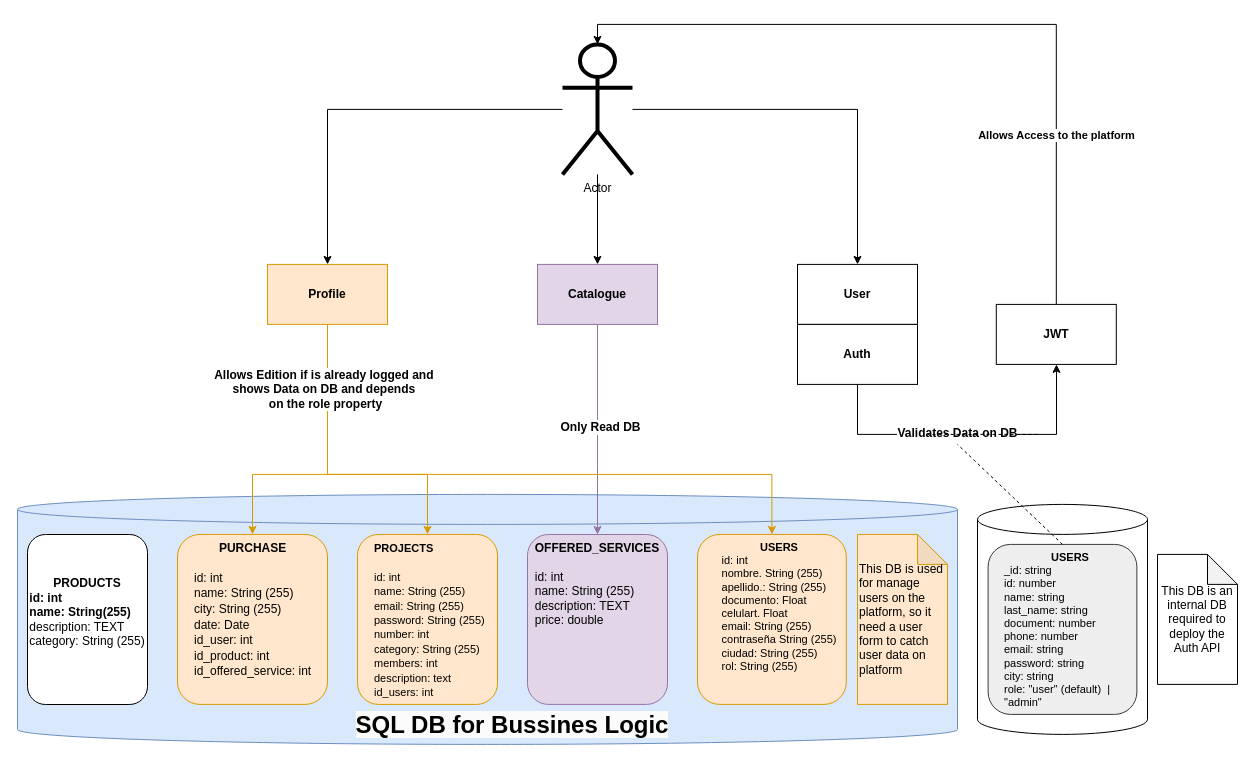
The draw.io diagram Diagrama sin título.drawio in samuelquisol/Future-Projection, before the edit. Source tidied: cells renumbered, new cells numbered last; positions are measured from the earlier drawing's top-left corner, leaving out a move shared by most shapes. Both pictures are drawn from the tidied source at 100%, with x=0, y=0 at pixel (17, 24).
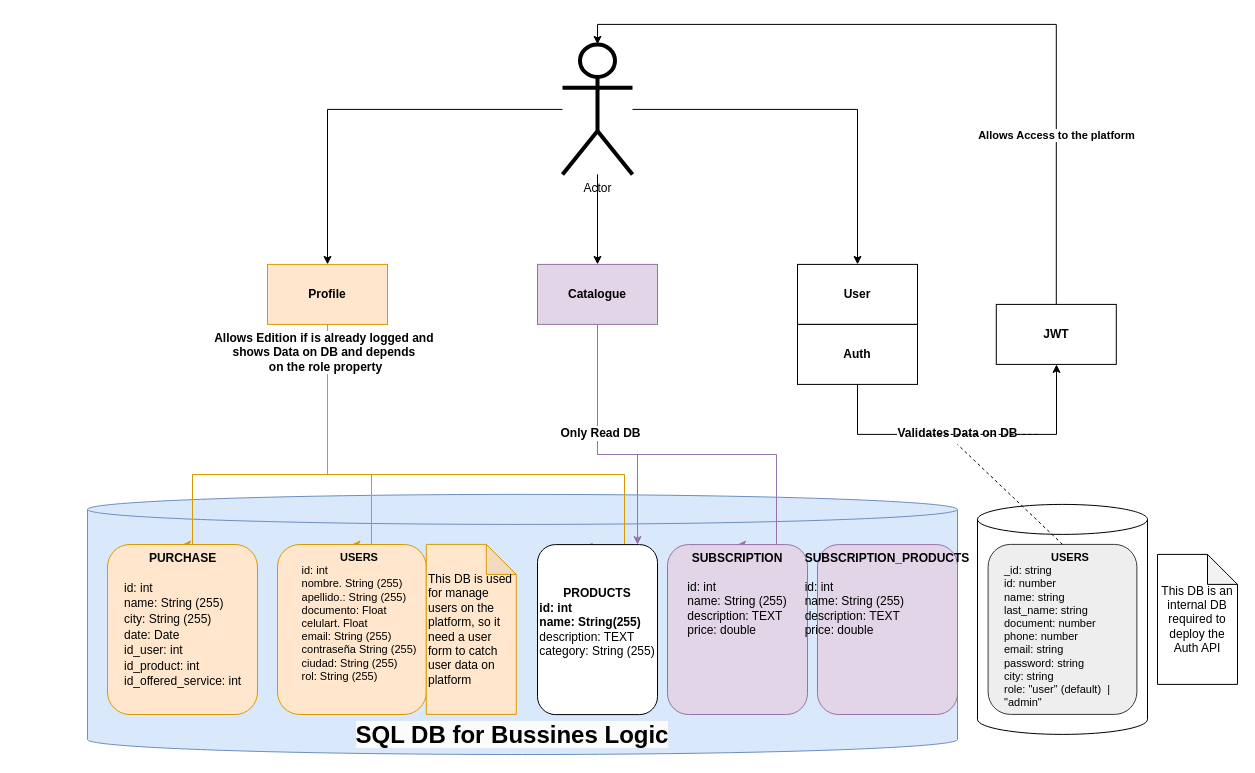
Above is the later version.

Commit message:
Diagrama de Arquitectura

The change refers to these unchanged cells:
```xml
<mxCell id="8" value="&lt;b&gt;Catalogue&lt;/b&gt;" style="rounded=0;whiteSpace=wrap;html=1;fillColor=#e1d5e7;strokeColor=#9673a6;" parent="1" vertex="1">
  <mxGeometry x="520" y="239.9" width="120" height="60" as="geometry" />
</mxCell>
<mxCell id="11" value="&lt;b&gt;Profile&lt;/b&gt;" style="whiteSpace=wrap;html=1;fillColor=#ffe6cc;strokeColor=#d79b00;" parent="1" vertex="1">
  <mxGeometry x="250" y="239.9" width="120" height="60" as="geometry" />
</mxCell>
```

The edit, as a diff of the source:
```diff
@@
     <mxCell id="4" style="shape=cylinder3;whiteSpace=wrap;html=1;boundedLbl=1;backgroundOutline=1;size=15;labelBorderColor=#99CCFF;fillColor=#dae8fc;strokeColor=#6c8ebf;" parent="1" vertex="1">
-      <mxGeometry y="469.9" width="940" height="250" as="geometry" />
+      <mxGeometry x="70" y="469.9" width="870" height="260.1" as="geometry" />
     </mxCell>
     <mxCell id="5" value="&lt;b style=&quot;forced-color-adjust: none; color: rgb(0, 0, 0); font-family: Helvetica; font-size: 24px; font-style: normal; font-variant-ligatures: normal; font-variant-caps: normal; letter-spacing: normal; orphans: 2; text-indent: 0px; text-transform: none; widows: 2; word-spacing: 0px; -webkit-text-stroke-width: 0px; white-space: normal; background-color: rgb(251, 251, 251); text-decoration-thickness: initial; text-decoration-style: initial; text-decoration-color: initial;&quot;&gt;SQL DB for Bussines Logic&lt;/b&gt;" style="text;whiteSpace=wrap;html=1;strokeWidth=7;fontSize=24;align=center;" parent="1" vertex="1">
-      <mxGeometry x="330" y="679.9" width="330" height="40" as="geometry" />
+      <mxGeometry x="330" y="690" width="330" height="40" as="geometry" />
     </mxCell>
-    <mxCell id="6" style="edgeStyle=orthogonalEdgeStyle;rounded=0;jettySize=auto;html=1;fillColor=#e1d5e7;strokeColor=#9673a6;" parent="1" edge="1" source="8" target="14">
+    <mxCell id="6" style="edgeStyle=orthogonalEdgeStyle;rounded=0;jettySize=auto;html=1;fillColor=#e1d5e7;strokeColor=#9673a6;entryX=0.5;entryY=0;entryDx=0;entryDy=0;" parent="1" edge="1" source="8" target="14">
       <mxGeometry relative="1" as="geometry">
         <Array as="points">
-          <mxPoint x="580" y="439.9" />
-          <mxPoint x="580" y="439.9" />
+          <mxPoint x="580" y="430" />
+          <mxPoint x="759" y="430" />
         </Array>
       </mxGeometry>
     </mxCell>
-    <mxCell id="7" value="&lt;b&gt;Only Read DB&lt;/b&gt;" style="edgeLabel;html=1;align=center;verticalAlign=middle;fontSize=12;" parent="6" vertex="1">
-      <mxGeometry x="-0.02" y="2" relative="1" as="geometry" />
-    </mxCell>
@@
-    <mxCell id="9" style="edgeStyle=orthogonalEdgeStyle;rounded=0;jettySize=auto;html=1;entryX=0.5;entryY=0;entryDx=0;entryDy=0;fillColor=#ffe6cc;strokeColor=#d79b00;" parent="1" edge="1" source="11" target="13">
+    <mxCell id="9" style="edgeStyle=orthogonalEdgeStyle;rounded=0;jettySize=auto;html=1;entryX=0.39;entryY=0.012;entryDx=0;entryDy=0;fillColor=#ffe6cc;strokeColor=#d79b00;entryPerimeter=0;" parent="1" edge="1" source="11" target="33">
       <mxGeometry relative="1" as="geometry">
         <Array as="points">
-          <mxPoint x="310" y="449.9" />
-          <mxPoint x="235" y="449.9" />
+          <mxPoint x="310" y="450" />
+          <mxPoint x="607" y="450" />
         </Array>
       </mxGeometry>
     </mxCell>
-    <mxCell id="10" style="edgeStyle=orthogonalEdgeStyle;rounded=0;jettySize=auto;html=1;entryX=0.5;entryY=0;entryDx=0;entryDy=0;fillColor=#ffe6cc;strokeColor=#d79b00;" parent="1" edge="1" source="11" target="12">
+    <mxCell id="10" style="edgeStyle=orthogonalEdgeStyle;rounded=0;jettySize=auto;html=1;entryX=0.5;entryY=0;entryDx=0;entryDy=0;fillColor=#ffe6cc;strokeColor=#d79b00;" parent="1" edge="1" source="11" target="13">
       <mxGeometry relative="1" as="geometry">
         <Array as="points">
-          <mxPoint x="310" y="449.9" />
-          <mxPoint x="410" y="449.9" />
+          <mxPoint x="310" y="450" />
+          <mxPoint x="175" y="450" />
         </Array>
       </mxGeometry>
     </mxCell>
@@
-    <mxCell id="12" value="&lt;div style=&quot;&quot;&gt;&lt;div&gt;&lt;span style=&quot;font-size: 11px;&quot;&gt;&lt;b&gt;PROJECTS&lt;/b&gt;&lt;/span&gt;&lt;/div&gt;&lt;div&gt;&lt;span style=&quot;font-size: 11px;&quot;&gt;&lt;b&gt;&lt;br&gt;&lt;/b&gt;&lt;/span&gt;&lt;/div&gt;&lt;div&gt;&lt;span style=&quot;font-size: 11px;&quot;&gt;id: int&lt;/span&gt;&lt;/div&gt;&lt;div&gt;&lt;span style=&quot;font-size: 11px;&quot;&gt;name: String (255)&lt;/span&gt;&lt;/div&gt;&lt;div&gt;&lt;span style=&quot;font-size: 11px;&quot;&gt;email: String (255)&lt;/span&gt;&lt;/div&gt;&lt;div&gt;&lt;span style=&quot;font-size: 11px;&quot;&gt;password: String (255)&lt;/span&gt;&lt;/div&gt;&lt;div&gt;&lt;span style=&quot;font-size: 11px;&quot;&gt;number: int&lt;/span&gt;&lt;/div&gt;&lt;div&gt;&lt;span style=&quot;font-size: 11px;&quot;&gt;category: String (255)&lt;/span&gt;&lt;/div&gt;&lt;div&gt;&lt;span style=&quot;font-size: 11px;&quot;&gt;members: int&lt;/span&gt;&lt;/div&gt;&lt;div&gt;&lt;span style=&quot;font-size: 11px;&quot;&gt;description: text&lt;/span&gt;&lt;/div&gt;&lt;div&gt;&lt;span style=&quot;font-size: 11px;&quot;&gt;id_users: int&lt;/span&gt;&lt;/div&gt;&lt;/div&gt;" style="rounded=1;whiteSpace=wrap;html=1;align=left;verticalAlign=top;spacingTop=0;spacingLeft=15;fillColor=#ffe6cc;strokeColor=#d79b00;" parent="1" vertex="1">
-      <mxGeometry x="340" y="509.9" width="140" height="170" as="geometry" />
-    </mxCell>
     <mxCell id="13" value="&lt;div style=&quot;text-align: center; font-size: 12px;&quot;&gt;&lt;font style=&quot;font-size: 12px;&quot; color=&quot;#040404&quot;&gt;&lt;b style=&quot;&quot;&gt;PURCHASE&lt;/b&gt;&lt;/font&gt;&lt;/div&gt;&lt;div style=&quot;text-align: center; font-size: 12px;&quot;&gt;&lt;font style=&quot;font-size: 12px;&quot; color=&quot;#040404&quot;&gt;&lt;b style=&quot;&quot;&gt;&lt;br&gt;&lt;/b&gt;&lt;/font&gt;&lt;/div&gt;&lt;span data-lucid-content=&quot;{&amp;quot;t&amp;quot;:&amp;quot;COMPRA\nid: int\nnombre: String(255)\nciudad: String (255)\nid_cliente: int\nid_producto: int\n&amp;quot;,&amp;quot;m&amp;quot;:[{&amp;quot;s&amp;quot;:0,&amp;quot;n&amp;quot;:&amp;quot;s&amp;quot;,&amp;quot;v&amp;quot;:22.44444444444444,&amp;quot;e&amp;quot;:7},{&amp;quot;s&amp;quot;:0,&amp;quot;n&amp;quot;:&amp;quot;c&amp;quot;,&amp;quot;v&amp;quot;:&amp;quot;#040404ff&amp;quot;,&amp;quot;e&amp;quot;:89},{&amp;quot;s&amp;quot;:7,&amp;quot;n&amp;quot;:&amp;quot;s&amp;quot;,&amp;quot;v&amp;quot;:17.999999999999993,&amp;quot;e&amp;quot;:89},{&amp;quot;s&amp;quot;:7,&amp;quot;n&amp;quot;:&amp;quot;a&amp;quot;,&amp;quot;v&amp;quot;:&amp;quot;left&amp;quot;},{&amp;quot;s&amp;quot;:15,&amp;quot;n&amp;quot;:&amp;quot;fsp&amp;quot;,&amp;quot;v&amp;quot;:&amp;quot;ss_presetShapeStyle5_textStyle&amp;quot;,&amp;quot;e&amp;quot;:89},{&amp;quot;s&amp;quot;:15,&amp;quot;n&amp;quot;:&amp;quot;fsp2&amp;quot;,&amp;quot;v&amp;quot;:&amp;quot;ss_presetShapeStyle5_textStyle&amp;quot;,&amp;quot;e&amp;quot;:89},{&amp;quot;s&amp;quot;:15,&amp;quot;n&amp;quot;:&amp;quot;a&amp;quot;,&amp;quot;v&amp;quot;:&amp;quot;left&amp;quot;},{&amp;quot;s&amp;quot;:35,&amp;quot;n&amp;quot;:&amp;quot;a&amp;quot;,&amp;quot;v&amp;quot;:&amp;quot;left&amp;quot;},{&amp;quot;s&amp;quot;:56,&amp;quot;n&amp;quot;:&amp;quot;a&amp;quot;,&amp;quot;v&amp;quot;:&amp;quot;left&amp;quot;},{&amp;quot;s&amp;quot;:72,&amp;quot;n&amp;quot;:&amp;quot;a&amp;quot;,&amp;quot;v&amp;quot;:&amp;quot;left&amp;quot;}]}&quot; style=&quot;&quot;&gt;&lt;font style=&quot;&quot;&gt;&lt;div style=&quot;&quot;&gt;&lt;font color=&quot;#040404&quot;&gt;&lt;span style=&quot;font-size: 12px;&quot;&gt;id: int&lt;/span&gt;&lt;/font&gt;&lt;/div&gt;&lt;div style=&quot;&quot;&gt;&lt;font color=&quot;#040404&quot;&gt;&lt;span style=&quot;font-size: 12px;&quot;&gt;name: String (255)&lt;/span&gt;&lt;/font&gt;&lt;/div&gt;&lt;div style=&quot;&quot;&gt;&lt;font color=&quot;#040404&quot;&gt;&lt;span style=&quot;font-size: 12px;&quot;&gt;city: String (255)&lt;/span&gt;&lt;/font&gt;&lt;/div&gt;&lt;div style=&quot;&quot;&gt;&lt;font color=&quot;#040404&quot;&gt;&lt;span style=&quot;font-size: 12px;&quot;&gt;date: Date&lt;/span&gt;&lt;/font&gt;&lt;/div&gt;&lt;div style=&quot;&quot;&gt;&lt;font color=&quot;#040404&quot;&gt;&lt;span style=&quot;font-size: 12px;&quot;&gt;id_user: int&lt;/span&gt;&lt;/font&gt;&lt;/div&gt;&lt;div style=&quot;&quot;&gt;&lt;font color=&quot;#040404&quot;&gt;&lt;span style=&quot;font-size: 12px;&quot;&gt;id_product: int&lt;/span&gt;&lt;/font&gt;&lt;/div&gt;&lt;div style=&quot;&quot;&gt;&lt;font color=&quot;#040404&quot;&gt;&lt;span style=&quot;font-size: 12px;&quot;&gt;id_offered_service: int&lt;/span&gt;&lt;/font&gt;&lt;/div&gt;&lt;/font&gt;&lt;/span&gt;" style="rounded=1;whiteSpace=wrap;html=1;align=left;spacingLeft=15;fontSize=13;verticalAlign=top;fillColor=#ffe6cc;strokeColor=#d79b00;" parent="1" vertex="1">
-      <mxGeometry x="160" y="509.9" width="150" height="170" as="geometry" />
+      <mxGeometry x="90" y="520" width="150" height="170" as="geometry" />
     </mxCell>
-    <mxCell id="14" value="&lt;span data-lucid-content=&quot;{&amp;quot;t&amp;quot;:&amp;quot;PRODUCTO\n\n-id: int\n-nombre: String (255)\n-descripcion: TEXT\n-precio: double&amp;quot;,&amp;quot;m&amp;quot;:[{&amp;quot;s&amp;quot;:0,&amp;quot;n&amp;quot;:&amp;quot;a&amp;quot;,&amp;quot;v&amp;quot;:&amp;quot;center&amp;quot;},{&amp;quot;s&amp;quot;:0,&amp;quot;n&amp;quot;:&amp;quot;fsp&amp;quot;,&amp;quot;v&amp;quot;:&amp;quot;ss_presetShapeStyle1_textStyle&amp;quot;,&amp;quot;e&amp;quot;:40},{&amp;quot;s&amp;quot;:0,&amp;quot;n&amp;quot;:&amp;quot;fsp2&amp;quot;,&amp;quot;v&amp;quot;:&amp;quot;ss_presetShapeStyle1_textStyle&amp;quot;,&amp;quot;e&amp;quot;:40},{&amp;quot;s&amp;quot;:9,&amp;quot;n&amp;quot;:&amp;quot;a&amp;quot;,&amp;quot;v&amp;quot;:&amp;quot;left&amp;quot;},{&amp;quot;s&amp;quot;:10,&amp;quot;n&amp;quot;:&amp;quot;a&amp;quot;,&amp;quot;v&amp;quot;:&amp;quot;left&amp;quot;},{&amp;quot;s&amp;quot;:19,&amp;quot;n&amp;quot;:&amp;quot;a&amp;quot;,&amp;quot;v&amp;quot;:&amp;quot;left&amp;quot;},{&amp;quot;s&amp;quot;:40,&amp;quot;n&amp;quot;:&amp;quot;c&amp;quot;,&amp;quot;v&amp;quot;:&amp;quot;#282c33ff&amp;quot;,&amp;quot;e&amp;quot;:42},{&amp;quot;s&amp;quot;:40,&amp;quot;n&amp;quot;:&amp;quot;fsp&amp;quot;,&amp;quot;v&amp;quot;:&amp;quot;ss_presetShapeStyle4_textStyle&amp;quot;,&amp;quot;e&amp;quot;:42},{&amp;quot;s&amp;quot;:40,&amp;quot;n&amp;quot;:&amp;quot;fsp2&amp;quot;,&amp;quot;v&amp;quot;:&amp;quot;ss_presetShapeStyle4_textStyle&amp;quot;,&amp;quot;e&amp;quot;:42},{&amp;quot;s&amp;quot;:41,&amp;quot;n&amp;quot;:&amp;quot;a&amp;quot;,&amp;quot;v&amp;quot;:&amp;quot;left&amp;quot;},{&amp;quot;s&amp;quot;:42,&amp;quot;n&amp;quot;:&amp;quot;c&amp;quot;,&amp;quot;v&amp;quot;:&amp;quot;#000000ff&amp;quot;,&amp;quot;e&amp;quot;:75},{&amp;quot;s&amp;quot;:42,&amp;quot;n&amp;quot;:&amp;quot;fsp&amp;quot;,&amp;quot;v&amp;quot;:&amp;quot;ss_presetShapeStyle5_textStyle&amp;quot;,&amp;quot;e&amp;quot;:75},{&amp;quot;s&amp;quot;:42,&amp;quot;n&amp;quot;:&amp;quot;fsp2&amp;quot;,&amp;quot;v&amp;quot;:&amp;quot;ss_presetShapeStyle5_textStyle&amp;quot;,&amp;quot;e&amp;quot;:75},{&amp;quot;s&amp;quot;:60,&amp;quot;n&amp;quot;:&amp;quot;a&amp;quot;,&amp;quot;v&amp;quot;:&amp;quot;left&amp;quot;}]}&quot;&gt;&lt;b&gt;OFFERED_SERVICES&lt;/b&gt;&lt;br&gt;&lt;br&gt;&lt;div style=&quot;text-align: left;&quot;&gt;&lt;div&gt;id: int&lt;/div&gt;&lt;div&gt;name: String (255)&lt;/div&gt;&lt;div&gt;description: TEXT&lt;/div&gt;&lt;div&gt;price: double&lt;/div&gt;&lt;/div&gt;&lt;/span&gt;" style="rounded=1;whiteSpace=wrap;html=1;verticalAlign=top;fillColor=#e1d5e7;strokeColor=#9673a6;" parent="1" vertex="1">
-      <mxGeometry x="510" y="510" width="140" height="169.9" as="geometry" />
+    <mxCell id="14" value="&lt;span data-lucid-content=&quot;{&amp;quot;t&amp;quot;:&amp;quot;PRODUCTO\n\n-id: int\n-nombre: String (255)\n-descripcion: TEXT\n-precio: double&amp;quot;,&amp;quot;m&amp;quot;:[{&amp;quot;s&amp;quot;:0,&amp;quot;n&amp;quot;:&amp;quot;a&amp;quot;,&amp;quot;v&amp;quot;:&amp;quot;center&amp;quot;},{&amp;quot;s&amp;quot;:0,&amp;quot;n&amp;quot;:&amp;quot;fsp&amp;quot;,&amp;quot;v&amp;quot;:&amp;quot;ss_presetShapeStyle1_textStyle&amp;quot;,&amp;quot;e&amp;quot;:40},{&amp;quot;s&amp;quot;:0,&amp;quot;n&amp;quot;:&amp;quot;fsp2&amp;quot;,&amp;quot;v&amp;quot;:&amp;quot;ss_presetShapeStyle1_textStyle&amp;quot;,&amp;quot;e&amp;quot;:40},{&amp;quot;s&amp;quot;:9,&amp;quot;n&amp;quot;:&amp;quot;a&amp;quot;,&amp;quot;v&amp;quot;:&amp;quot;left&amp;quot;},{&amp;quot;s&amp;quot;:10,&amp;quot;n&amp;quot;:&amp;quot;a&amp;quot;,&amp;quot;v&amp;quot;:&amp;quot;left&amp;quot;},{&amp;quot;s&amp;quot;:19,&amp;quot;n&amp;quot;:&amp;quot;a&amp;quot;,&amp;quot;v&amp;quot;:&amp;quot;left&amp;quot;},{&amp;quot;s&amp;quot;:40,&amp;quot;n&amp;quot;:&amp;quot;c&amp;quot;,&amp;quot;v&amp;quot;:&amp;quot;#282c33ff&amp;quot;,&amp;quot;e&amp;quot;:42},{&amp;quot;s&amp;quot;:40,&amp;quot;n&amp;quot;:&amp;quot;fsp&amp;quot;,&amp;quot;v&amp;quot;:&amp;quot;ss_presetShapeStyle4_textStyle&amp;quot;,&amp;quot;e&amp;quot;:42},{&amp;quot;s&amp;quot;:40,&amp;quot;n&amp;quot;:&amp;quot;fsp2&amp;quot;,&amp;quot;v&amp;quot;:&amp;quot;ss_presetShapeStyle4_textStyle&amp;quot;,&amp;quot;e&amp;quot;:42},{&amp;quot;s&amp;quot;:41,&amp;quot;n&amp;quot;:&amp;quot;a&amp;quot;,&amp;quot;v&amp;quot;:&amp;quot;left&amp;quot;},{&amp;quot;s&amp;quot;:42,&amp;quot;n&amp;quot;:&amp;quot;c&amp;quot;,&amp;quot;v&amp;quot;:&amp;quot;#000000ff&amp;quot;,&amp;quot;e&amp;quot;:75},{&amp;quot;s&amp;quot;:42,&amp;quot;n&amp;quot;:&amp;quot;fsp&amp;quot;,&amp;quot;v&amp;quot;:&amp;quot;ss_presetShapeStyle5_textStyle&amp;quot;,&amp;quot;e&amp;quot;:75},{&amp;quot;s&amp;quot;:42,&amp;quot;n&amp;quot;:&amp;quot;fsp2&amp;quot;,&amp;quot;v&amp;quot;:&amp;quot;ss_presetShapeStyle5_textStyle&amp;quot;,&amp;quot;e&amp;quot;:75},{&amp;quot;s&amp;quot;:60,&amp;quot;n&amp;quot;:&amp;quot;a&amp;quot;,&amp;quot;v&amp;quot;:&amp;quot;left&amp;quot;}]}&quot;&gt;&lt;b&gt;SUBSCRIPTION&lt;/b&gt;&lt;br&gt;&lt;br&gt;&lt;div style=&quot;text-align: left;&quot;&gt;&lt;div&gt;id: int&lt;/div&gt;&lt;div&gt;name: String (255)&lt;/div&gt;&lt;div&gt;description: TEXT&lt;/div&gt;&lt;div&gt;price: double&lt;/div&gt;&lt;/div&gt;&lt;/span&gt;" style="rounded=1;whiteSpace=wrap;html=1;verticalAlign=top;fillColor=#e1d5e7;strokeColor=#9673a6;" parent="1" vertex="1">
+      <mxGeometry x="650" y="520.1" width="140" height="169.9" as="geometry" />
     </mxCell>
@@
     <mxCell id="19" style="edgeStyle=orthogonalEdgeStyle;rounded=0;jettySize=auto;html=1;entryX=0.5;entryY=0;entryDx=0;entryDy=0;fillColor=#ffe6cc;strokeColor=#d79b00;" parent="1" edge="1" source="11" target="21">
       <mxGeometry relative="1" as="geometry">
         <Array as="points">
-          <mxPoint x="310" y="449.9" />
-          <mxPoint x="754" y="449.9" />
+          <mxPoint x="310" y="450" />
+          <mxPoint x="354" y="450" />
         </Array>
       </mxGeometry>
     </mxCell>
@@
     <mxCell id="21" value="&lt;span data-lucid-content=&quot;{&amp;quot;t&amp;quot;:&amp;quot;USERS\nid: int\nnombre. String (255)\napellido.: String (255)\ndocumento: Float\ncelulart. Float\nemail: String (255)\ncontraseña String (255)\nciudad: String (255)\nrol: String (255)&amp;quot;,&amp;quot;m&amp;quot;:[{&amp;quot;s&amp;quot;:0,&amp;quot;n&amp;quot;:&amp;quot;a&amp;quot;,&amp;quot;v&amp;quot;:&amp;quot;center&amp;quot;}]}&quot; style=&quot;font-size: 11px;&quot;&gt;&lt;b style=&quot;font-size: 11px;&quot;&gt;USERS&lt;/b&gt;&lt;br style=&quot;font-size: 11px;&quot;&gt;&lt;div style=&quot;text-align: left; font-size: 11px;&quot;&gt;&lt;span data-lucid-content=&quot;{&amp;quot;t&amp;quot;:&amp;quot;id: int\nnombre. String (255)\napellido.: String (255)\ndocumento: Float\ncelulart. Float\nemail: String (255)\ncontraseña String (255)\nciudad: String (255)\nrol: String (255)&amp;quot;,&amp;quot;m&amp;quot;:[]}&quot;&gt;id: int&lt;br&gt;nombre. String (255)&lt;br&gt;apellido.: String (255)&lt;br&gt;documento: Float&lt;br&gt;celulart. Float&lt;br&gt;email: String (255)&lt;br&gt;contraseña String (255)&lt;br&gt;ciudad: String (255)&lt;br&gt;rol: String (255)&lt;/span&gt;&lt;br&gt;&lt;/div&gt;&lt;/span&gt;" style="rounded=1;whiteSpace=wrap;html=1;fontSize=11;verticalAlign=top;fillColor=#ffe6cc;strokeColor=#d79b00;spacingLeft=15;spacingTop=0;" parent="1" vertex="1">
-      <mxGeometry x="680" y="509.9" width="148.8" height="170" as="geometry" />
+      <mxGeometry x="260" y="520" width="148.8" height="170" as="geometry" />
     </mxCell>
@@
     <mxCell id="32" value="This DB is used for manage users on the platform, so it need a user form to catch user data on platform" style="shape=note;whiteSpace=wrap;html=1;backgroundOutline=1;darkOpacity=0.05;align=left;fillColor=#ffe6cc;strokeColor=#d79b00;" parent="1" vertex="1">
-      <mxGeometry x="840" y="509.9" width="90" height="170" as="geometry" />
+      <mxGeometry x="408.8" y="519.9" width="90" height="170" as="geometry" />
     </mxCell>
+    <mxCell id="34" style="edgeStyle=orthogonalEdgeStyle;rounded=0;jettySize=auto;html=1;fillColor=#e1d5e7;strokeColor=#9673a6;" parent="1" edge="1" source="8" target="33">
+      <mxGeometry relative="1" as="geometry">
+        <Array as="points">
+          <mxPoint x="580" y="430" />
+          <mxPoint x="620" y="430" />
+        </Array>
+      </mxGeometry>
+    </mxCell>
+    <mxCell id="7" value="&lt;b&gt;Only Read DB&lt;/b&gt;" style="edgeLabel;html=1;align=center;verticalAlign=middle;fontSize=12;" parent="34" vertex="1">
+      <mxGeometry x="-0.02" y="2" relative="1" as="geometry">
+        <mxPoint y="-18" as="offset" />
+      </mxGeometry>
+    </mxCell>
     <mxCell id="33" value="&lt;b&gt;PRODUCTS&lt;/b&gt;&lt;div style=&quot;text-align: left;&quot;&gt;&lt;b&gt;id: int&lt;/b&gt;&lt;/div&gt;&lt;div style=&quot;text-align: left;&quot;&gt;&lt;b&gt;name: String(255)&lt;/b&gt;&lt;/div&gt;&lt;div style=&quot;text-align: left;&quot;&gt;description: TEXT&lt;/div&gt;&lt;div style=&quot;text-align: left;&quot;&gt;category: String (255)&lt;/div&gt;&lt;div style=&quot;text-align: left;&quot;&gt;&lt;br&gt;&lt;/div&gt;" style="rounded=1;whiteSpace=wrap;html=1;" parent="1" vertex="1">
-      <mxGeometry x="10" y="510" width="120" height="170" as="geometry" />
+      <mxGeometry x="520" y="520.1" width="120" height="170" as="geometry" />
     </mxCell>
+    <mxCell id="35" value="&lt;span data-lucid-content=&quot;{&amp;quot;t&amp;quot;:&amp;quot;PRODUCTO\n\n-id: int\n-nombre: String (255)\n-descripcion: TEXT\n-precio: double&amp;quot;,&amp;quot;m&amp;quot;:[{&amp;quot;s&amp;quot;:0,&amp;quot;n&amp;quot;:&amp;quot;a&amp;quot;,&amp;quot;v&amp;quot;:&amp;quot;center&amp;quot;},{&amp;quot;s&amp;quot;:0,&amp;quot;n&amp;quot;:&amp;quot;fsp&amp;quot;,&amp;quot;v&amp;quot;:&amp;quot;ss_presetShapeStyle1_textStyle&amp;quot;,&amp;quot;e&amp;quot;:40},{&amp;quot;s&amp;quot;:0,&amp;quot;n&amp;quot;:&amp;quot;fsp2&amp;quot;,&amp;quot;v&amp;quot;:&amp;quot;ss_presetShapeStyle1_textStyle&amp;quot;,&amp;quot;e&amp;quot;:40},{&amp;quot;s&amp;quot;:9,&amp;quot;n&amp;quot;:&amp;quot;a&amp;quot;,&amp;quot;v&amp;quot;:&amp;quot;left&amp;quot;},{&amp;quot;s&amp;quot;:10,&amp;quot;n&amp;quot;:&amp;quot;a&amp;quot;,&amp;quot;v&amp;quot;:&amp;quot;left&amp;quot;},{&amp;quot;s&amp;quot;:19,&amp;quot;n&amp;quot;:&amp;quot;a&amp;quot;,&amp;quot;v&amp;quot;:&amp;quot;left&amp;quot;},{&amp;quot;s&amp;quot;:40,&amp;quot;n&amp;quot;:&amp;quot;c&amp;quot;,&amp;quot;v&amp;quot;:&amp;quot;#282c33ff&amp;quot;,&amp;quot;e&amp;quot;:42},{&amp;quot;s&amp;quot;:40,&amp;quot;n&amp;quot;:&amp;quot;fsp&amp;quot;,&amp;quot;v&amp;quot;:&amp;quot;ss_presetShapeStyle4_textStyle&amp;quot;,&amp;quot;e&amp;quot;:42},{&amp;quot;s&amp;quot;:40,&amp;quot;n&amp;quot;:&amp;quot;fsp2&amp;quot;,&amp;quot;v&amp;quot;:&amp;quot;ss_presetShapeStyle4_textStyle&amp;quot;,&amp;quot;e&amp;quot;:42},{&amp;quot;s&amp;quot;:41,&amp;quot;n&amp;quot;:&amp;quot;a&amp;quot;,&amp;quot;v&amp;quot;:&amp;quot;left&amp;quot;},{&amp;quot;s&amp;quot;:42,&amp;quot;n&amp;quot;:&amp;quot;c&amp;quot;,&amp;quot;v&amp;quot;:&amp;quot;#000000ff&amp;quot;,&amp;quot;e&amp;quot;:75},{&amp;quot;s&amp;quot;:42,&amp;quot;n&amp;quot;:&amp;quot;fsp&amp;quot;,&amp;quot;v&amp;quot;:&amp;quot;ss_presetShapeStyle5_textStyle&amp;quot;,&amp;quot;e&amp;quot;:75},{&amp;quot;s&amp;quot;:42,&amp;quot;n&amp;quot;:&amp;quot;fsp2&amp;quot;,&amp;quot;v&amp;quot;:&amp;quot;ss_presetShapeStyle5_textStyle&amp;quot;,&amp;quot;e&amp;quot;:75},{&amp;quot;s&amp;quot;:60,&amp;quot;n&amp;quot;:&amp;quot;a&amp;quot;,&amp;quot;v&amp;quot;:&amp;quot;left&amp;quot;}]}&quot;&gt;&lt;b&gt;SUBSCRIPTION_PRODUCTS&lt;/b&gt;&lt;br&gt;&lt;br&gt;&lt;div style=&quot;text-align: left;&quot;&gt;&lt;div&gt;id: int&lt;/div&gt;&lt;div&gt;name: String (255)&lt;/div&gt;&lt;div&gt;description: TEXT&lt;/div&gt;&lt;div&gt;price: double&lt;/div&gt;&lt;/div&gt;&lt;/span&gt;" style="rounded=1;whiteSpace=wrap;html=1;verticalAlign=top;fillColor=#e1d5e7;strokeColor=#9673a6;" parent="1" vertex="1">
+      <mxGeometry x="800" y="520.1" width="140" height="169.9" as="geometry" />
+    </mxCell>
```
